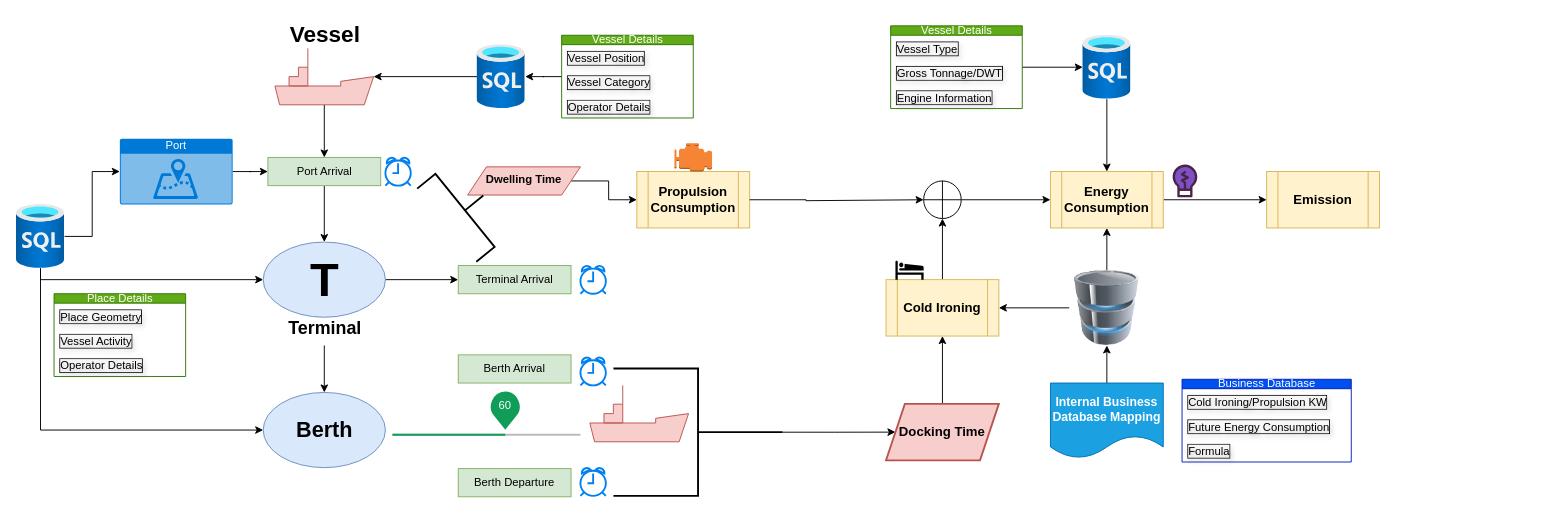
Before: Natpower Marine Flow.drawio in SandeshNatpower/natpower-marine-analytics, a draw.io diagram. Source tidied: cells renumbered, new cells numbered last; positions are measured from the earlier drawing's top-left corner, leaving out a move shared by most shapes. Both pictures are drawn from the tidied source at 94%, with x=0, y=0 at pixel (16, 16). Pictures stored in the file or linked from it are replaced by grey dashed boxes.
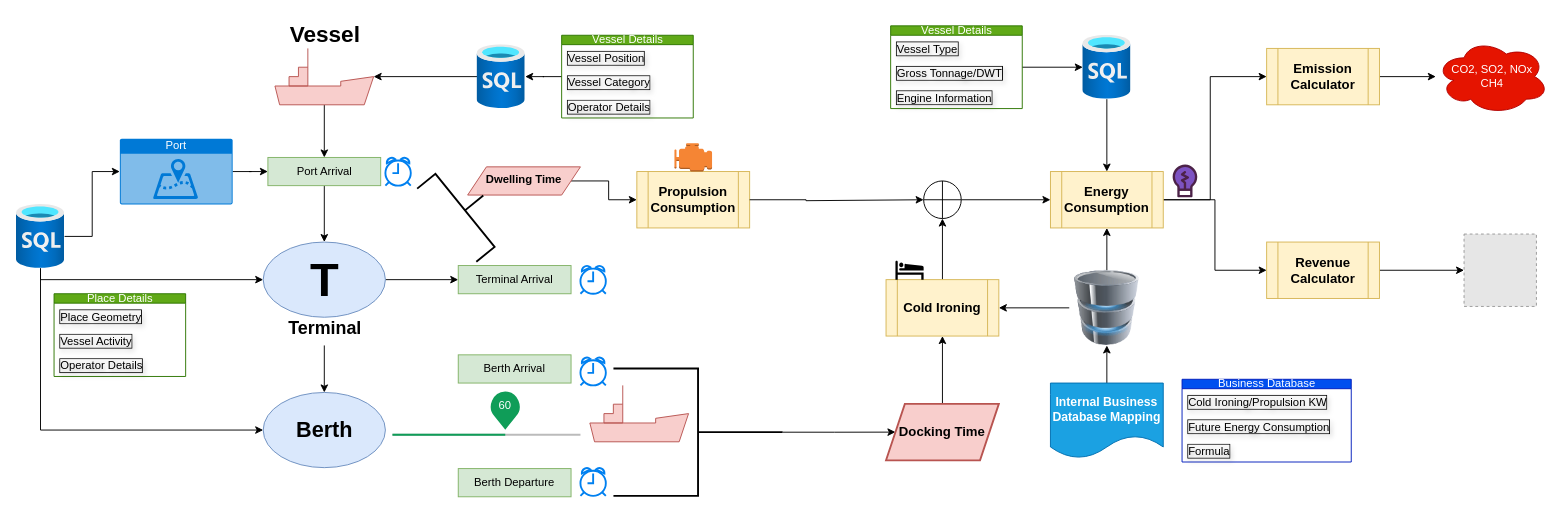
The same diagram, later.

Unchanged cells that the change refers to:
```xml
<mxCell id="40" value="Energy Consumption" style="shape=process;whiteSpace=wrap;html=1;backgroundOutline=1;fillColor=#fff2cc;strokeColor=#d6b656;fontStyle=1;fontSize=14;" parent="1" vertex="1">
  <mxGeometry x="1100" y="165" width="120" height="60" as="geometry" />
</mxCell>
```

What changed in the source:
```diff
@@
     <mxCell id="39" style="edgeStyle=orthogonalEdgeStyle;rounded=0;jettySize=auto;html=1;" parent="1" edge="1" source="40" target="69">
-      <mxGeometry relative="1" as="geometry" />
+      <mxGeometry relative="1" as="geometry">
+        <Array as="points">
+          <mxPoint x="1270" y="195" />
+          <mxPoint x="1270" y="64" />
+        </Array>
+      </mxGeometry>
     </mxCell>
+    <mxCell id="73" style="edgeStyle=orthogonalEdgeStyle;rounded=0;jettySize=auto;html=1;exitX=1;exitY=0.5;exitDx=0;exitDy=0;entryX=0;entryY=0.5;entryDx=0;entryDy=0;" parent="1" edge="1" source="40" target="77">
+      <mxGeometry relative="1" as="geometry" />
+    </mxCell>
@@
+    <mxCell id="74" style="edgeStyle=orthogonalEdgeStyle;rounded=0;jettySize=auto;html=1;" parent="1" edge="1" source="69" target="75">
+      <mxGeometry relative="1" as="geometry" />
+    </mxCell>
-    <mxCell id="69" value="Emission" style="shape=process;whiteSpace=wrap;html=1;backgroundOutline=1;fillColor=#fff2cc;strokeColor=#d6b656;fontStyle=1;fontSize=14;" parent="1" vertex="1">
-      <mxGeometry x="1330" y="165" width="120" height="60" as="geometry" />
+    <mxCell id="69" value="Emission&lt;div&gt;Calculator&lt;/div&gt;" style="shape=process;whiteSpace=wrap;html=1;backgroundOutline=1;fillColor=#fff2cc;strokeColor=#d6b656;fontStyle=1;fontSize=14;" parent="1" vertex="1">
+      <mxGeometry x="1330" y="34" width="120" height="60" as="geometry" />
     </mxCell>
@@
+    <mxCell id="75" value="CO2, SO2, NOx&lt;div&gt;CH4&lt;/div&gt;" style="ellipse;shape=cloud;whiteSpace=wrap;html=1;fillColor=#e51400;fontColor=#ffffff;strokeColor=#B20000;" parent="1" vertex="1">
+      <mxGeometry x="1510" y="24" width="120" height="80" as="geometry" />
+    </mxCell>
+    <mxCell id="76" style="edgeStyle=orthogonalEdgeStyle;rounded=0;jettySize=auto;html=1;" parent="1" edge="1" source="77" target="78">
+      <mxGeometry relative="1" as="geometry" />
+    </mxCell>
+    <mxCell id="77" value="Revenue&lt;div&gt;Calculator&lt;/div&gt;" style="shape=process;whiteSpace=wrap;html=1;backgroundOutline=1;fillColor=#fff2cc;strokeColor=#d6b656;fontStyle=1;fontSize=14;" parent="1" vertex="1">
+      <mxGeometry x="1330" y="240" width="120" height="60" as="geometry" />
+    </mxCell>
+    <mxCell id="78" style="fillColor=#E6E6E6;strokeColor=#999999;dashed=1;html=1;verticalAlign=top;verticalLabelPosition=bottom;labelBackgroundColor=#ffffff;" parent="1" vertex="1">
+      <mxGeometry x="1540" y="231.5" width="77" height="77" as="geometry" />
+    </mxCell>
```
